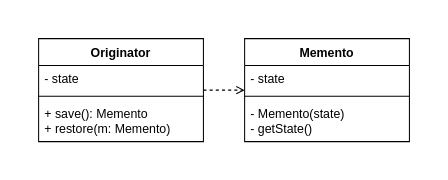
This is memento.drawio from pcandlej/drawio-design-pattern, a draw.io file, before an edit. Source tidied: cells renumbered, new cells numbered last; positions are measured from the earlier drawing's top-left corner, leaving out a move shared by most shapes. Both pictures are drawn from the tidied source at 103%, with x=0, y=0 at pixel (38, 38).
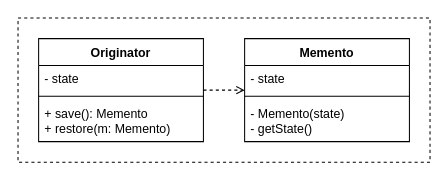
Above is the later version.

Diff of the diagram source:
```diff
@@
 <mxGraphModel>
   <root>
     <mxCell id="0" />
     <mxCell id="1" parent="0" />
+    <mxCell id="11" style="rounded=0;whiteSpace=wrap;html=1;fillColor=none;dashed=1;" parent="1" vertex="1">
+      <mxGeometry x="-20" y="-20" width="400" height="140" as="geometry" />
+    </mxCell>
     <mxCell id="2" style="edgeStyle=orthogonalEdgeStyle;rounded=0;jettySize=auto;html=1;dashed=1;endArrow=open;endFill=0;" parent="1" edge="1" source="3" target="7">
       <mxGeometry relative="1" as="geometry" />
     </mxCell>
     <mxCell id="3" value="Originator" style="swimlane;fontStyle=1;align=center;verticalAlign=top;horizontal=1;startSize=26;whiteSpace=wrap;html=1;" parent="1" vertex="1">
       <mxGeometry width="160" height="100" as="geometry" />
     </mxCell>
     <mxCell id="4" value="- state" style="text;strokeColor=none;fillColor=none;align=left;verticalAlign=top;spacingLeft=4;spacingRight=4;overflow=hidden;whiteSpace=wrap;html=1;" parent="3" vertex="1">
       <mxGeometry y="26" width="160" height="26" as="geometry" />
     </mxCell>
     <mxCell id="5" style="line;strokeWidth=1;fillColor=none;align=left;verticalAlign=middle;spacingTop=-1;spacingLeft=3;spacingRight=3;labelPosition=right;strokeColor=inherit;" parent="3" vertex="1">
       <mxGeometry y="52" width="160" height="8" as="geometry" />
     </mxCell>
     <mxCell id="6" value="+ save(): Memento&lt;div&gt;+ restore(m: Memento)&lt;/div&gt;" style="text;strokeColor=none;fillColor=none;align=left;verticalAlign=top;spacingLeft=4;spacingRight=4;overflow=hidden;whiteSpace=wrap;html=1;" parent="3" vertex="1">
       <mxGeometry y="60" width="160" height="40" as="geometry" />
     </mxCell>
     <mxCell id="7" value="Memento" style="swimlane;fontStyle=1;align=center;verticalAlign=top;horizontal=1;startSize=26;whiteSpace=wrap;html=1;" parent="1" vertex="1">
       <mxGeometry x="200" width="160" height="100" as="geometry" />
     </mxCell>
     <mxCell id="8" value="- state" style="text;strokeColor=none;fillColor=none;align=left;verticalAlign=top;spacingLeft=4;spacingRight=4;overflow=hidden;whiteSpace=wrap;html=1;" parent="7" vertex="1">
       <mxGeometry y="26" width="160" height="26" as="geometry" />
     </mxCell>
     <mxCell id="9" style="line;strokeWidth=1;fillColor=none;align=left;verticalAlign=middle;spacingTop=-1;spacingLeft=3;spacingRight=3;labelPosition=right;strokeColor=inherit;" parent="7" vertex="1">
       <mxGeometry y="52" width="160" height="8" as="geometry" />
     </mxCell>
     <mxCell id="10" value="- Memento(state)&lt;div&gt;- getState()&lt;/div&gt;" style="text;strokeColor=none;fillColor=none;align=left;verticalAlign=top;spacingLeft=4;spacingRight=4;overflow=hidden;whiteSpace=wrap;html=1;" parent="7" vertex="1">
       <mxGeometry y="60" width="160" height="40" as="geometry" />
     </mxCell>
   </root>
 </mxGraphModel>
```
